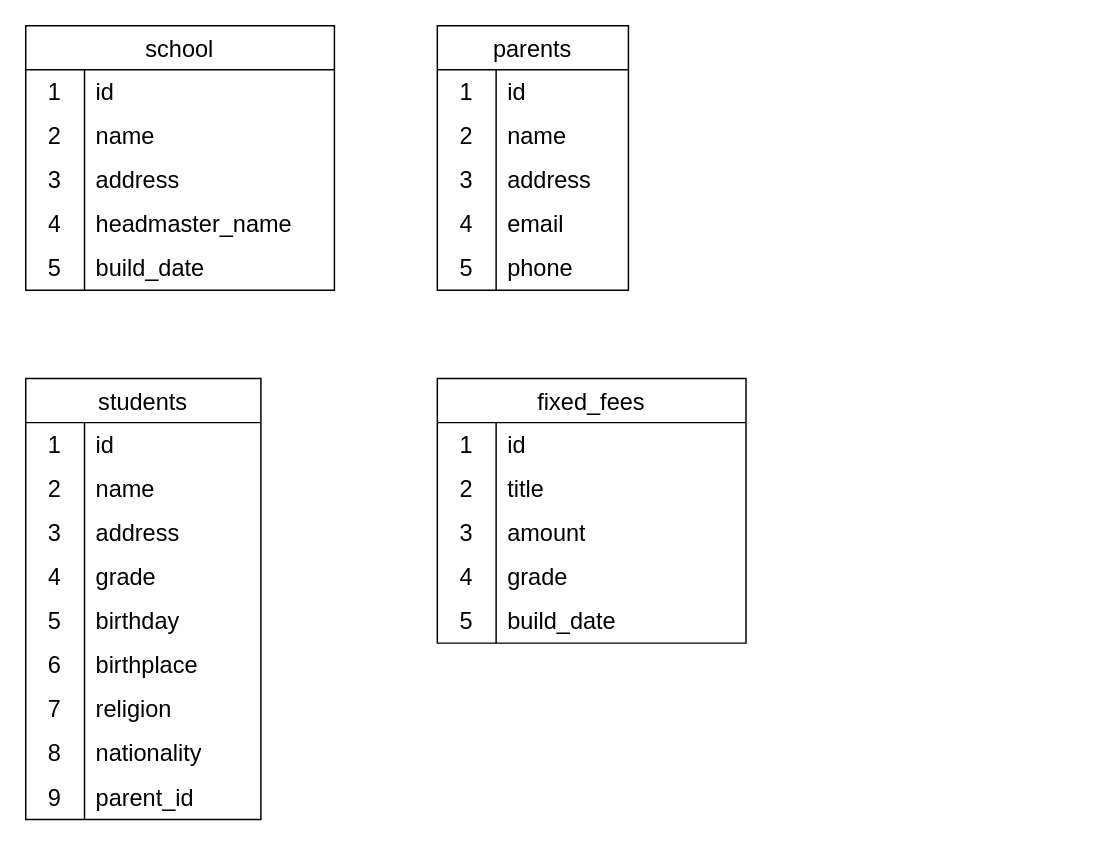
This is school_plan_payment.drawio from hdinjos/hdinjos, a draw.io file, before an edit. Source tidied: cells renumbered, new cells numbered last; positions are measured from the earlier drawing's top-left corner, leaving out a move shared by most shapes. Both pictures are drawn from the tidied source at 147%, with x=0, y=0 at pixel (25, 25).
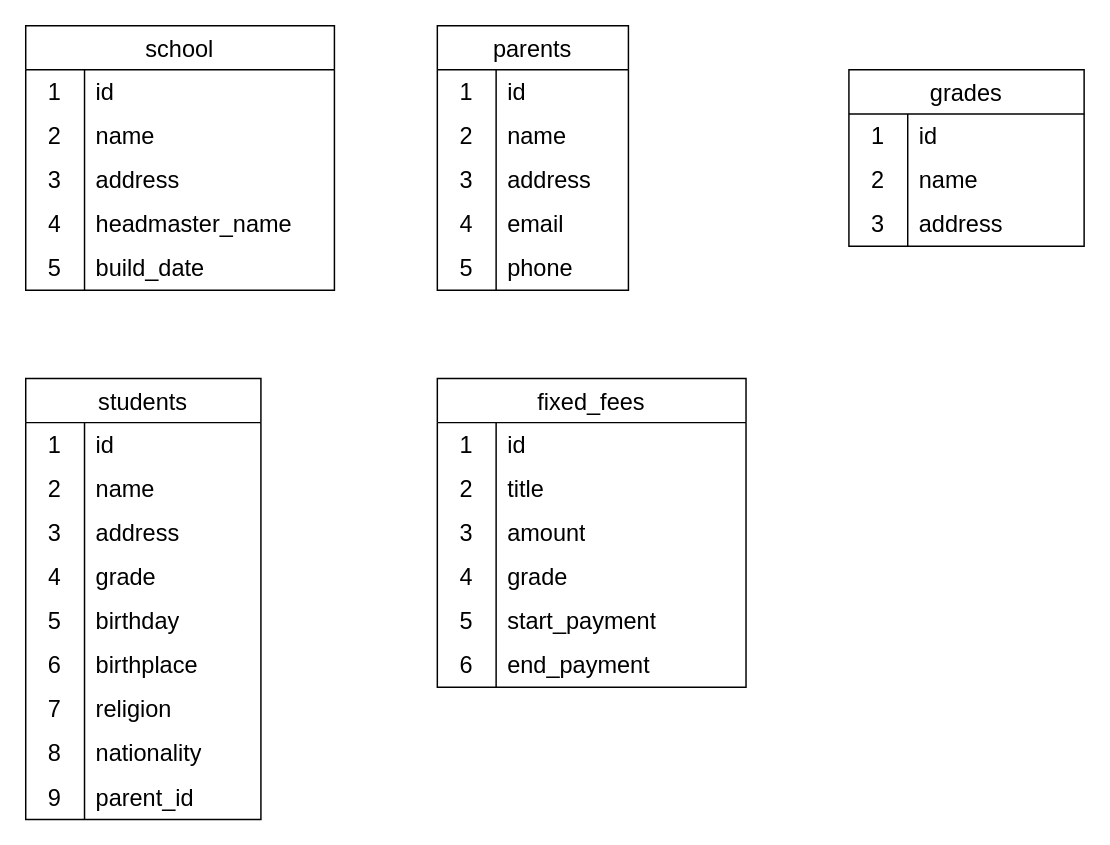
The same page after the edit.

Unchanged cells that the change refers to:
```xml
<mxCell id="75" style="shape=tableRow;horizontal=0;startSize=0;swimlaneHead=0;swimlaneBody=0;top=0;left=0;bottom=0;right=0;fillColor=none;strokeColor=inherit;fontSize=16;" parent="62" vertex="1">
  <mxGeometry y="150" width="210" height="30" as="geometry" />
</mxCell>
```

The edit, as a diff of the source:
```diff
@@
     <mxCell id="62" value="fixed_fees" style="shape=table;startSize=30;childLayout=tableLayout;rowLines=0;fontStyle=0;strokeColor=default;fontSize=16;" parent="1" vertex="1">
-      <mxGeometry x="280" y="240" width="210" height="180" as="geometry" />
+      <mxGeometry x="280" y="240" width="210" height="210" as="geometry" />
     </mxCell>
@@
-    <mxCell id="77" value="build_date" style="shape=partialRectangle;html=1;whiteSpace=wrap;fillColor=none;top=0;left=0;bottom=0;right=0;align=left;spacingLeft=6;overflow=hidden;strokeColor=inherit;fontSize=16;" parent="75" vertex="1">
+    <mxCell id="77" value="start_payment" style="shape=partialRectangle;html=1;whiteSpace=wrap;fillColor=none;top=0;left=0;bottom=0;right=0;align=left;spacingLeft=6;overflow=hidden;strokeColor=inherit;fontSize=16;" parent="75" vertex="1">
       <mxGeometry x="40" width="170" height="30" as="geometry" />
     </mxCell>
+    <mxCell id="78" style="shape=tableRow;horizontal=0;startSize=0;swimlaneHead=0;swimlaneBody=0;top=0;left=0;bottom=0;right=0;fillColor=none;strokeColor=inherit;fontSize=16;" parent="62" vertex="1">
+      <mxGeometry y="180" width="210" height="30" as="geometry" />
+    </mxCell>
+    <mxCell id="79" value="6" style="shape=partialRectangle;html=1;whiteSpace=wrap;fillColor=none;top=0;left=0;bottom=0;right=0;overflow=hidden;strokeColor=inherit;fontSize=16;align=center;" parent="78" vertex="1">
+      <mxGeometry width="40" height="30" as="geometry" />
+    </mxCell>
+    <mxCell id="80" value="end_payment" style="shape=partialRectangle;html=1;whiteSpace=wrap;fillColor=none;top=0;left=0;bottom=0;right=0;align=left;spacingLeft=6;overflow=hidden;strokeColor=inherit;fontSize=16;" parent="78" vertex="1">
+      <mxGeometry x="40" width="170" height="30" as="geometry" />
+    </mxCell>
+    <mxCell id="81" value="grades" style="shape=table;startSize=30;childLayout=tableLayout;rowLines=0;fontStyle=0;strokeColor=default;fontSize=16;" parent="1" vertex="1">
+      <mxGeometry x="560" y="30" width="160" height="120" as="geometry" />
+    </mxCell>
+    <mxCell id="82" style="shape=tableRow;horizontal=0;startSize=0;swimlaneHead=0;swimlaneBody=0;top=0;left=0;bottom=0;right=0;fillColor=none;strokeColor=inherit;fontSize=16;" parent="81" vertex="1">
+      <mxGeometry y="30" width="160" height="30" as="geometry" />
+    </mxCell>
+    <mxCell id="83" value="1" style="shape=partialRectangle;html=1;whiteSpace=wrap;fillColor=none;top=0;left=0;bottom=0;right=0;overflow=hidden;strokeColor=inherit;fontSize=16;" parent="82" vertex="1">
+      <mxGeometry width="40" height="30" as="geometry" />
+    </mxCell>
+    <mxCell id="84" value="id" style="shape=partialRectangle;html=1;whiteSpace=wrap;fillColor=none;top=0;left=0;bottom=0;right=0;align=left;spacingLeft=6;overflow=hidden;strokeColor=inherit;fontSize=16;" parent="82" vertex="1">
+      <mxGeometry x="40" width="120" height="30" as="geometry" />
+    </mxCell>
+    <mxCell id="85" style="shape=tableRow;horizontal=0;startSize=0;swimlaneHead=0;swimlaneBody=0;top=0;left=0;bottom=0;right=0;fillColor=none;strokeColor=inherit;fontSize=16;" parent="81" vertex="1">
+      <mxGeometry y="60" width="160" height="30" as="geometry" />
+    </mxCell>
+    <mxCell id="86" value="2" style="shape=partialRectangle;html=1;whiteSpace=wrap;fillColor=none;top=0;left=0;bottom=0;right=0;overflow=hidden;strokeColor=inherit;fontSize=16;" parent="85" vertex="1">
+      <mxGeometry width="40" height="30" as="geometry" />
+    </mxCell>
+    <mxCell id="87" value="&lt;div&gt;name&lt;/div&gt;" style="shape=partialRectangle;html=1;whiteSpace=wrap;fillColor=none;top=0;left=0;bottom=0;right=0;align=left;spacingLeft=6;overflow=hidden;strokeColor=inherit;fontSize=16;" parent="85" vertex="1">
+      <mxGeometry x="40" width="120" height="30" as="geometry" />
+    </mxCell>
+    <mxCell id="88" style="shape=tableRow;horizontal=0;startSize=0;swimlaneHead=0;swimlaneBody=0;top=0;left=0;bottom=0;right=0;fillColor=none;strokeColor=inherit;fontSize=16;" parent="81" vertex="1">
+      <mxGeometry y="90" width="160" height="30" as="geometry" />
+    </mxCell>
+    <mxCell id="89" value="3" style="shape=partialRectangle;html=1;whiteSpace=wrap;fillColor=none;top=0;left=0;bottom=0;right=0;overflow=hidden;strokeColor=inherit;fontSize=16;" parent="88" vertex="1">
+      <mxGeometry width="40" height="30" as="geometry" />
+    </mxCell>
+    <mxCell id="90" value="address" style="shape=partialRectangle;html=1;whiteSpace=wrap;fillColor=none;top=0;left=0;bottom=0;right=0;align=left;spacingLeft=6;overflow=hidden;strokeColor=inherit;fontSize=16;" parent="88" vertex="1">
+      <mxGeometry x="40" width="120" height="30" as="geometry" />
+    </mxCell>
```
